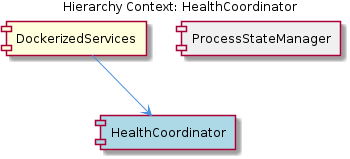
This is knowledge-management/insights/images/health-coordinator-relationship.png from fwornle/coding, a PlantUML export, as it was before one commit. Its source is kept beside it as .data/knowledge-graph/insights/puml/health-coordinator-relationship.puml.
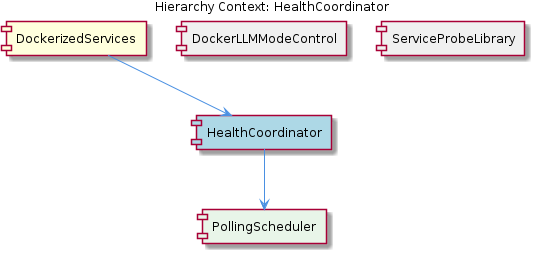
The same diagram one commit later.

What changed in the source:
```diff
@@ -5,9 +5,13 @@
 
 [DockerizedServices] as dockerized_services #FFFFDD
 [HealthCoordinator] as health_coordinator #LightBlue
-[ProcessStateManager] as process_state_manager #F0F0F0
+[DockerLLMModeControl] as docker_llmmode_control #F0F0F0
+[ServiceProbeLibrary] as service_probe_library #F0F0F0
+[PollingScheduler] as polling_scheduler #E8F5E8
 
 dockerized_services --> health_coordinator
-process_state_manager -[hidden]- health_coordinator
+docker_llmmode_control -[hidden]- health_coordinator
+service_probe_library -[hidden]- health_coordinator
+health_coordinator --> polling_scheduler
 
 @enduml
```
